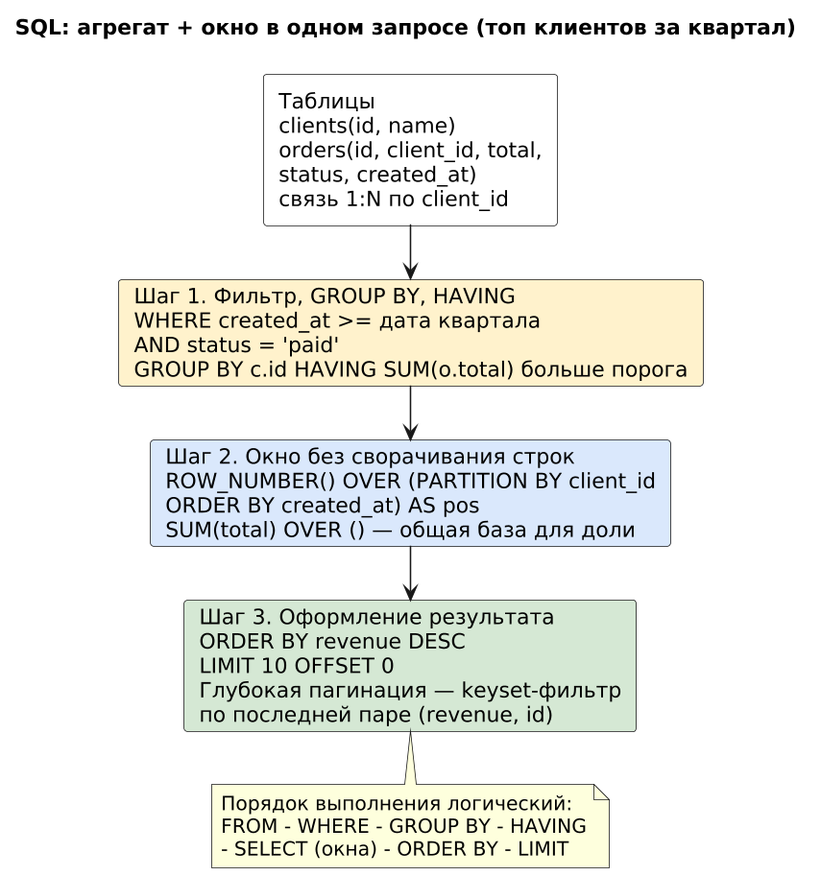
Earlier version of the PlantUML export images_m4/m4_01_sql_windows.png (maedodo11/fullstack-system-analyst). Its source is kept beside it as puml_m4/m4_01_sql_windows.puml. The source it was exported from:
```plantuml
@startuml m4_01_sql_windows
!pragma layout smetana
skinparam dpi 150
skinparam defaultFontName DejaVu Sans
title SQL: агрегат + окно в одном запросе (топ клиентов за квартал)

rectangle "Таблицы\nclients(id, name)\norders(id, client_id, total,\nstatus, created_at)\nсвязь 1:N по client_id" as T #FFFFFF {
}
card "Шаг 1. Фильтр, GROUP BY, HAVING\nWHERE created_at >= дата квартала\nAND status = 'paid'\nGROUP BY c.id HAVING SUM(o.total) больше порога" as S1 #FFF2CC
card "Шаг 2. Окно без сворачивания строк\nROW_NUMBER() OVER (PARTITION BY client_id\nORDER BY created_at) AS pos\nSUM(total) OVER () — общая база для доли" as S2 #DAE8FC
card "Шаг 3. Оформление результата\nORDER BY revenue DESC\nLIMIT 10 OFFSET 0\nГлубокая пагинация — keyset-фильтр\nпо последней паре (revenue, id)" as S3 #D5E8D4
T --> S1
S1 --> S2
S2 --> S3
note bottom of S3
Порядок выполнения логический:
FROM - WHERE - GROUP BY - HAVING
- SELECT (окна) - ORDER BY - LIMIT
end note
@enduml
```
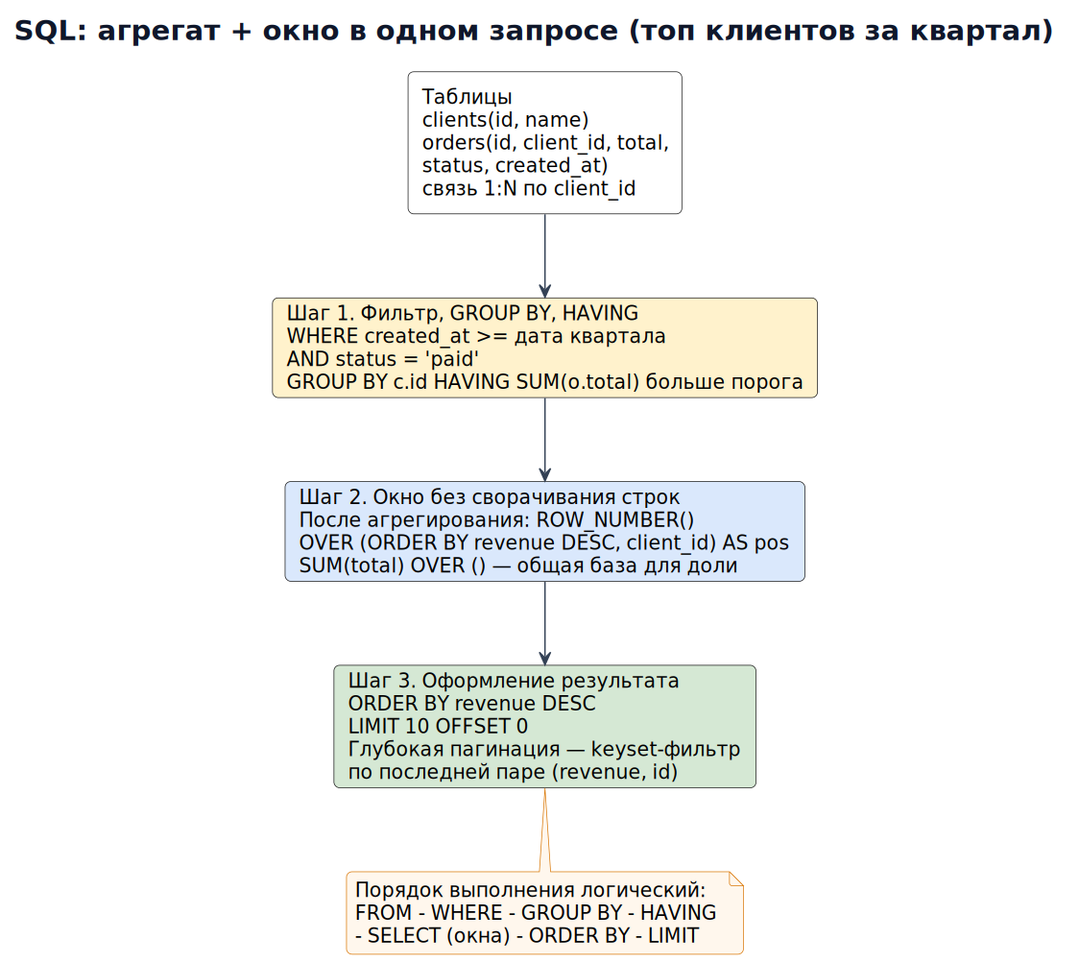
After the change.

Diff of the diagram source:
```diff
@@ -1,13 +1,21 @@
 @startuml m4_01_sql_windows
-!pragma layout smetana
-skinparam dpi 150
-skinparam defaultFontName DejaVu Sans
+skinparam defaultFontName "DejaVu Sans"
+skinparam defaultFontSize 14
+skinparam backgroundColor #FFFFFF
+skinparam shadowing false
+skinparam roundcorner 8
+skinparam ArrowColor #334155
+skinparam titleFontColor #0F172A
+skinparam titleFontSize 20
+skinparam noteBackgroundColor #FFF7ED
+skinparam noteBorderColor #D97706
+skinparam dpi 140
 title SQL: агрегат + окно в одном запросе (топ клиентов за квартал)
 
 rectangle "Таблицы\nclients(id, name)\norders(id, client_id, total,\nstatus, created_at)\nсвязь 1:N по client_id" as T #FFFFFF {
 }
 card "Шаг 1. Фильтр, GROUP BY, HAVING\nWHERE created_at >= дата квартала\nAND status = 'paid'\nGROUP BY c.id HAVING SUM(o.total) больше порога" as S1 #FFF2CC
-card "Шаг 2. Окно без сворачивания строк\nROW_NUMBER() OVER (PARTITION BY client_id\nORDER BY created_at) AS pos\nSUM(total) OVER () — общая база для доли" as S2 #DAE8FC
+card "Шаг 2. Окно без сворачивания строк\nПосле агрегирования: ROW_NUMBER()\nOVER (ORDER BY revenue DESC, client_id) AS pos\nSUM(total) OVER () — общая база для доли" as S2 #DAE8FC
 card "Шаг 3. Оформление результата\nORDER BY revenue DESC\nLIMIT 10 OFFSET 0\nГлубокая пагинация — keyset-фильтр\nпо последней паре (revenue, id)" as S3 #D5E8D4
 T --> S1
 S1 --> S2
```
